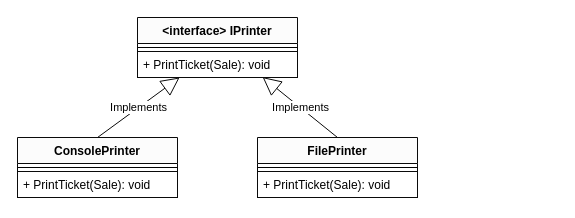
The draw.io diagram Assets/Polymorphism.drawio in ucudal/PII_Guias, before the edit. Source tidied: cells renumbered, new cells numbered last; positions are measured from the earlier drawing's top-left corner, leaving out a move shared by most shapes. Both pictures are drawn from the tidied source at 100%, with x=0, y=0 at pixel (17, 17).
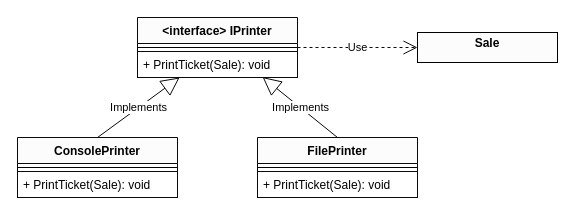
Above is the later version.

Commit message (it also covers changes not shown here):
Added UML diagrams

Change to the diagram source:
```diff
@@
 <mxGraphModel background="#ffffff">
   <root>
     <mxCell id="0" />
     <mxCell id="1" parent="0" />
     <mxCell id="2" value="&lt;interface&gt; IPrinter" style="swimlane;fontStyle=1;align=center;verticalAlign=top;horizontal=1;startSize=26;fillColor=#FCFCFC;strokeColor=#0A0A0A;fontColor=#000000;" parent="1" vertex="1">
       <mxGeometry x="120" width="160" height="60" as="geometry" />
     </mxCell>
     <mxCell id="3" style="line;strokeWidth=1;fillColor=none;align=left;verticalAlign=middle;spacingTop=-1;spacingLeft=3;spacingRight=3;labelPosition=right;fontColor=#000000;" parent="2" vertex="1">
       <mxGeometry y="26" width="160" height="8" as="geometry" />
     </mxCell>
     <mxCell id="4" value="+ PrintTicket(Sale): void" style="text;fillColor=none;align=left;verticalAlign=top;spacingLeft=4;spacingRight=4;overflow=hidden;points=[[0,0.5],[1,0.5]];portConstraint=eastwest;strokeColor=#0A0A0A;fontColor=#000000;" parent="2" vertex="1">
       <mxGeometry y="34" width="160" height="26" as="geometry" />
     </mxCell>
     <mxCell id="5" value="ConsolePrinter" style="swimlane;fontStyle=1;align=center;verticalAlign=top;horizontal=1;startSize=26;fillColor=#FCFCFC;strokeColor=#0A0A0A;fontColor=#000000;" parent="1" vertex="1">
       <mxGeometry y="120" width="160" height="60" as="geometry" />
     </mxCell>
     <mxCell id="6" style="line;strokeWidth=1;fillColor=none;align=left;verticalAlign=middle;spacingTop=-1;spacingLeft=3;spacingRight=3;labelPosition=right;fontColor=#000000;" parent="5" vertex="1">
       <mxGeometry y="26" width="160" height="8" as="geometry" />
     </mxCell>
     <mxCell id="7" value="+ PrintTicket(Sale): void" style="text;fillColor=none;align=left;verticalAlign=top;spacingLeft=4;spacingRight=4;overflow=hidden;strokeColor=#0A0A0A;fontColor=#000000;" parent="5" vertex="1">
       <mxGeometry y="34" width="160" height="26" as="geometry" />
     </mxCell>
     <mxCell id="8" value="FilePrinter" style="swimlane;fontStyle=1;align=center;verticalAlign=top;horizontal=1;startSize=26;fillColor=#FCFCFC;strokeColor=#0A0A0A;fontColor=#000000;" parent="1" vertex="1">
       <mxGeometry x="240" y="120" width="160" height="60" as="geometry" />
     </mxCell>
     <mxCell id="9" style="line;strokeWidth=1;fillColor=none;align=left;verticalAlign=middle;spacingTop=-1;spacingLeft=3;spacingRight=3;labelPosition=right;fontColor=#000000;" parent="8" vertex="1">
       <mxGeometry y="26" width="160" height="8" as="geometry" />
     </mxCell>
     <mxCell id="10" value="+ PrintTicket(Sale): void" style="text;fillColor=none;align=left;verticalAlign=top;spacingLeft=4;spacingRight=4;overflow=hidden;strokeColor=#0A0A0A;fontColor=#000000;" parent="8" vertex="1">
       <mxGeometry y="34" width="160" height="26" as="geometry" />
     </mxCell>
     <mxCell id="11" value="Implements" style="endArrow=block;endSize=16;endFill=0;html=1;entryX=0.263;entryY=1;entryDx=0;entryDy=0;entryPerimeter=0;exitX=0.5;exitY=0;exitDx=0;exitDy=0;strokeColor=#0A0A0A;fontColor=#000000;labelBackgroundColor=#ffffff;" parent="1" edge="1" source="5" target="4">
       <mxGeometry relative="1" as="geometry" />
     </mxCell>
     <mxCell id="12" value="Implements" style="endArrow=block;endSize=16;endFill=0;html=1;exitX=0.5;exitY=0;exitDx=0;exitDy=0;entryX=0.782;entryY=0.985;entryDx=0;entryDy=0;entryPerimeter=0;strokeColor=#0A0A0A;fontColor=#000000;labelBackgroundColor=#FFFFFF;" parent="1" edge="1" source="8" target="4">
       <mxGeometry relative="1" as="geometry" />
     </mxCell>
+    <mxCell id="13" value="&lt;p style=&quot;margin: 0px ; margin-top: 4px ; text-align: center&quot;&gt;&lt;b&gt;Sale&lt;/b&gt;&lt;/p&gt;" style="verticalAlign=top;align=left;overflow=fill;fontSize=12;fontFamily=Helvetica;html=1;fontColor=#000000;strokeColor=#000000;fillColor=#FCFCFC;" parent="1" vertex="1">
+      <mxGeometry x="400" y="15" width="140" height="30" as="geometry" />
+    </mxCell>
+    <mxCell id="14" value="Use" style="endArrow=open;endSize=12;dashed=1;html=1;labelBackgroundColor=#ffffff;fontColor=#000000;strokeColor=#0A0A0A;exitX=1;exitY=0.5;exitDx=0;exitDy=0;" parent="1" edge="1" source="2">
+      <mxGeometry relative="1" as="geometry">
+        <mxPoint x="400" y="30" as="targetPoint" />
+      </mxGeometry>
+    </mxCell>
   </root>
 </mxGraphModel>
```
